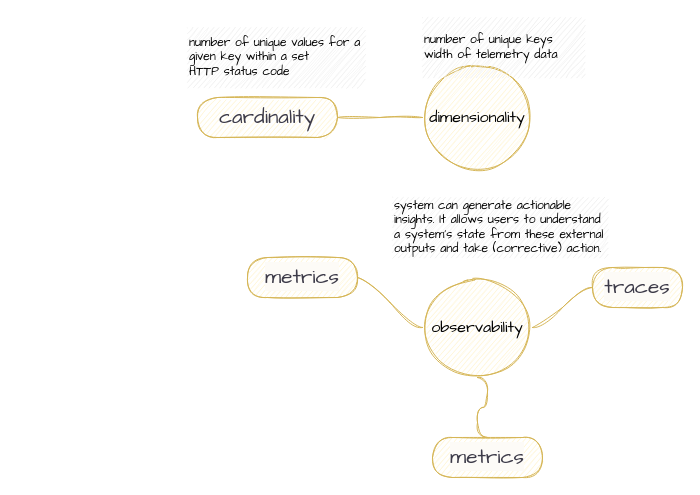
bostjanspar/MyDrawStuff keeps this draw.io diagram as page "observability" (1 of 2) of OpenTelemetry/OpenTelemetry.drawio. Above is the earlier version. Source tidied: cells renumbered, new cells numbered last; positions are measured from the earlier drawing's top-left corner, leaving out a move shared by most shapes. Both pictures are drawn from the tidied source at 100%, with x=0, y=0 at pixel (187, 17).
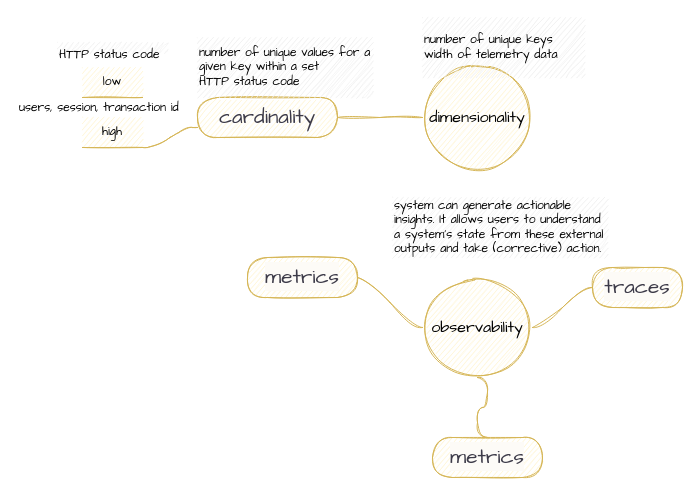
The same page after the edit.

Change to the diagram source:
```diff
@@
 <mxGraphModel>
   <root>
     <mxCell id="0" />
     <mxCell id="1" parent="0" />
     <mxCell id="2" style="edgeStyle=entityRelationEdgeStyle;startArrow=none;endArrow=none;segment=10;curved=1;shadow=0;sketch=1;fillColor=#fff2cc;strokeColor=#d6b656;fontFamily=Architects Daughter;" parent="1" edge="1" source="5" target="6">
       <mxGeometry relative="1" as="geometry" />
     </mxCell>
     <mxCell id="3" style="edgeStyle=entityRelationEdgeStyle;startArrow=none;endArrow=none;segment=10;curved=1;shadow=0;sketch=1;fillColor=#fff2cc;strokeColor=#d6b656;fontFamily=Architects Daughter;" parent="1" edge="1" source="5" target="7">
       <mxGeometry relative="1" as="geometry" />
     </mxCell>
     <mxCell id="4" style="edgeStyle=entityRelationEdgeStyle;rounded=1;jettySize=auto;html=1;startArrow=none;endArrow=none;segment=10;curved=1;entryX=0.5;entryY=0;entryDx=0;entryDy=0;exitX=0.5;exitY=1;exitDx=0;exitDy=0;shadow=0;sketch=1;strokeColor=#d6b656;align=center;verticalAlign=middle;fontFamily=Architects Daughter;fontSize=11;fontColor=default;labelBackgroundColor=default;fillColor=#fff2cc;" parent="1" edge="1" source="5" target="8">
       <mxGeometry relative="1" as="geometry" />
     </mxCell>
     <mxCell id="5" value="observability" style="ellipse;whiteSpace=wrap;html=1;align=center;newEdgeStyle={&quot;edgeStyle&quot;:&quot;entityRelationEdgeStyle&quot;,&quot;startArrow&quot;:&quot;none&quot;,&quot;endArrow&quot;:&quot;none&quot;,&quot;segment&quot;:10,&quot;curved&quot;:1};shadow=0;sketch=1;fillColor=#fff2cc;strokeColor=#d6b656;fontFamily=Architects Daughter;fontSize=16;" parent="1" vertex="1">
       <mxGeometry x="235" y="260" width="110" height="100" as="geometry" />
     </mxCell>
     <mxCell id="6" value="&lt;span style=&quot;color: rgb(61, 59, 73); font-size: 20.8px; text-align: left; background-color: rgb(253, 251, 247);&quot;&gt;traces&lt;/span&gt;" style="whiteSpace=wrap;html=1;rounded=1;arcSize=50;align=center;verticalAlign=middle;strokeWidth=1;spacing=4;newEdgeStyle={&quot;edgeStyle&quot;:&quot;entityRelationEdgeStyle&quot;,&quot;startArrow&quot;:&quot;none&quot;,&quot;endArrow&quot;:&quot;none&quot;,&quot;segment&quot;:10,&quot;curved&quot;:1};shadow=0;sketch=1;fillColor=#fff2cc;strokeColor=#d6b656;fontFamily=Architects Daughter;" parent="1" vertex="1">
       <mxGeometry x="405" y="250" width="90" height="40" as="geometry" />
     </mxCell>
     <mxCell id="7" value="&lt;span style=&quot;color: rgb(61, 59, 73); font-size: 20.8px; text-align: left; background-color: rgb(253, 251, 247);&quot;&gt;metrics&lt;/span&gt;" style="whiteSpace=wrap;html=1;rounded=1;arcSize=50;align=center;verticalAlign=middle;strokeWidth=1;spacing=4;newEdgeStyle={&quot;edgeStyle&quot;:&quot;entityRelationEdgeStyle&quot;,&quot;startArrow&quot;:&quot;none&quot;,&quot;endArrow&quot;:&quot;none&quot;,&quot;segment&quot;:10,&quot;curved&quot;:1};shadow=0;sketch=1;fillColor=#fff2cc;strokeColor=#d6b656;fontFamily=Architects Daughter;" parent="1" vertex="1">
       <mxGeometry x="60" y="240" width="110" height="40" as="geometry" />
     </mxCell>
     <mxCell id="8" value="&lt;span style=&quot;color: rgb(61, 59, 73); font-size: 20.8px; text-align: left; background-color: rgb(253, 251, 247);&quot;&gt;metrics&lt;/span&gt;" style="whiteSpace=wrap;html=1;rounded=1;arcSize=50;align=center;verticalAlign=middle;strokeWidth=1;spacing=4;newEdgeStyle={&quot;edgeStyle&quot;:&quot;entityRelationEdgeStyle&quot;,&quot;startArrow&quot;:&quot;none&quot;,&quot;endArrow&quot;:&quot;none&quot;,&quot;segment&quot;:10,&quot;curved&quot;:1};shadow=0;sketch=1;fillColor=#fff2cc;strokeColor=#d6b656;fontFamily=Architects Daughter;" parent="1" vertex="1">
       <mxGeometry x="245" y="420" width="110" height="40" as="geometry" />
     </mxCell>
     <mxCell id="9" value="&lt;font&gt;system can generate actionable insights. It allows users to understand a system’s state from these external outputs and take (corrective) action.&lt;/font&gt;" style="text;html=1;align=left;verticalAlign=middle;whiteSpace=wrap;rounded=0;fillColor=#EDEDED;sketch=1;curveFitting=1;jiggle=2;fontFamily=Architects Daughter;" parent="1" vertex="1">
       <mxGeometry x="205" y="180" width="215" height="60" as="geometry" />
     </mxCell>
     <mxCell id="10" value="dimensionality" style="ellipse;whiteSpace=wrap;html=1;align=center;newEdgeStyle={&quot;edgeStyle&quot;:&quot;entityRelationEdgeStyle&quot;,&quot;startArrow&quot;:&quot;none&quot;,&quot;endArrow&quot;:&quot;none&quot;,&quot;segment&quot;:10,&quot;curved&quot;:1};shadow=0;sketch=1;fillColor=#fff2cc;strokeColor=#d6b656;fontFamily=Architects Daughter;fontSize=16;" parent="1" vertex="1">
       <mxGeometry x="235" y="50" width="110" height="100" as="geometry" />
     </mxCell>
-    <mxCell id="11" value="number of unique values for a given key within a set&lt;br&gt;HTTP status code" style="text;html=1;align=left;verticalAlign=middle;whiteSpace=wrap;rounded=0;fillColor=#EDEDED;sketch=1;curveFitting=1;jiggle=2;fontFamily=Architects Daughter;" parent="1" vertex="1">
-      <mxGeometry y="10" width="175" height="60" as="geometry" />
+    <mxCell id="11" value="&lt;br&gt;HTTP status code" style="text;html=1;align=left;verticalAlign=middle;whiteSpace=wrap;rounded=0;fillColor=#EDEDED;sketch=1;curveFitting=1;jiggle=2;fontFamily=Architects Daughter;" parent="1" vertex="1">
+      <mxGeometry x="-130" y="25" width="110" height="10" as="geometry" />
     </mxCell>
     <mxCell id="12" style="edgeStyle=entityRelationEdgeStyle;rounded=1;jettySize=auto;html=1;startArrow=none;endArrow=none;segment=10;curved=1;shadow=0;sketch=1;strokeColor=#d6b656;align=center;verticalAlign=middle;fontFamily=Architects Daughter;fontSize=11;fontColor=default;labelBackgroundColor=default;fillColor=#fff2cc;" parent="1" edge="1" source="13" target="10">
       <mxGeometry relative="1" as="geometry" />
     </mxCell>
     <mxCell id="13" value="&lt;div style=&quot;text-align: left;&quot;&gt;&lt;span style=&quot;background-color: initial; font-size: 20.8px;&quot;&gt;&lt;font color=&quot;#3d3b49&quot;&gt;cardinality&lt;/font&gt;&lt;/span&gt;&lt;/div&gt;" style="whiteSpace=wrap;html=1;rounded=1;arcSize=50;align=center;verticalAlign=middle;strokeWidth=1;spacing=4;newEdgeStyle={&quot;edgeStyle&quot;:&quot;entityRelationEdgeStyle&quot;,&quot;startArrow&quot;:&quot;none&quot;,&quot;endArrow&quot;:&quot;none&quot;,&quot;segment&quot;:10,&quot;curved&quot;:1};shadow=0;sketch=1;fillColor=#fff2cc;strokeColor=#d6b656;fontFamily=Architects Daughter;" parent="1" vertex="1">
       <mxGeometry x="10" y="80" width="140" height="40" as="geometry" />
     </mxCell>
     <mxCell id="14" value="&lt;font&gt;number of unique keys&lt;/font&gt;&lt;div&gt;&lt;font&gt;width of telemetry data&amp;nbsp;&lt;/font&gt;&lt;/div&gt;" style="text;html=1;align=left;verticalAlign=middle;whiteSpace=wrap;rounded=0;fillColor=#EDEDED;sketch=1;curveFitting=1;jiggle=2;fontFamily=Architects Daughter;" parent="1" vertex="1">
       <mxGeometry x="235" width="160" height="60" as="geometry" />
     </mxCell>
+    <mxCell id="15" value="low" style="whiteSpace=wrap;html=1;shape=partialRectangle;top=0;left=0;bottom=1;right=0;fillColor=#fff2cc;align=center;verticalAlign=middle;routingCenterY=0.5;newEdgeStyle={&quot;edgeStyle&quot;:&quot;entityRelationEdgeStyle&quot;,&quot;startArrow&quot;:&quot;none&quot;,&quot;endArrow&quot;:&quot;none&quot;,&quot;segment&quot;:10,&quot;curved&quot;:1,&quot;sourcePerimeterSpacing&quot;:0,&quot;targetPerimeterSpacing&quot;:0};rounded=1;shadow=0;sketch=1;strokeColor=#d6b656;strokeWidth=1;spacing=4;arcSize=50;fontFamily=Architects Daughter;fontSize=12;fontColor=default;" parent="1" vertex="1">
+      <mxGeometry x="-105" y="50" width="60" height="30" as="geometry" />
+    </mxCell>
+    <mxCell id="16" style="edgeStyle=entityRelationEdgeStyle;rounded=1;jettySize=auto;html=1;startArrow=none;endArrow=none;segment=10;sourcePerimeterSpacing=0;targetPerimeterSpacing=0;entryX=0;entryY=0.75;entryDx=0;entryDy=0;shadow=0;sketch=1;strokeColor=#d6b656;strokeWidth=1;align=center;verticalAlign=middle;spacing=4;arcSize=50;fontFamily=Architects Daughter;fontSize=12;fontColor=default;fillColor=#fff2cc;" parent="1" edge="1" source="17" target="13">
+      <mxGeometry relative="1" as="geometry" />
+    </mxCell>
+    <mxCell id="17" value="high" style="whiteSpace=wrap;html=1;shape=partialRectangle;top=0;left=0;bottom=1;right=0;points=[[0,1],[1,1]];fillColor=#fff2cc;align=center;verticalAlign=middle;routingCenterY=0.5;snapToPoint=1;newEdgeStyle={&quot;edgeStyle&quot;:&quot;entityRelationEdgeStyle&quot;,&quot;startArrow&quot;:&quot;none&quot;,&quot;endArrow&quot;:&quot;none&quot;,&quot;segment&quot;:10,&quot;curved&quot;:1,&quot;sourcePerimeterSpacing&quot;:0,&quot;targetPerimeterSpacing&quot;:0};rounded=1;shadow=0;sketch=1;strokeColor=#d6b656;strokeWidth=1;spacing=4;arcSize=50;fontFamily=Architects Daughter;fontSize=12;fontColor=default;" parent="1" vertex="1">
+      <mxGeometry x="-105" y="100" width="60" height="30" as="geometry" />
+    </mxCell>
+    <mxCell id="18" value="number of unique values for a given key within a set&lt;br&gt;HTTP status code" style="text;html=1;align=left;verticalAlign=middle;whiteSpace=wrap;rounded=0;fillColor=#EDEDED;sketch=1;curveFitting=1;jiggle=2;fontFamily=Architects Daughter;" parent="1" vertex="1">
+      <mxGeometry x="10" y="20" width="175" height="60" as="geometry" />
+    </mxCell>
+    <mxCell id="19" value="users, session, transaction id" style="text;html=1;align=left;verticalAlign=middle;whiteSpace=wrap;rounded=0;fillColor=#EDEDED;sketch=1;curveFitting=1;jiggle=2;fontFamily=Architects Daughter;" parent="1" vertex="1">
+      <mxGeometry x="-170" y="90" width="180" as="geometry" />
+    </mxCell>
   </root>
 </mxGraphModel>
```
